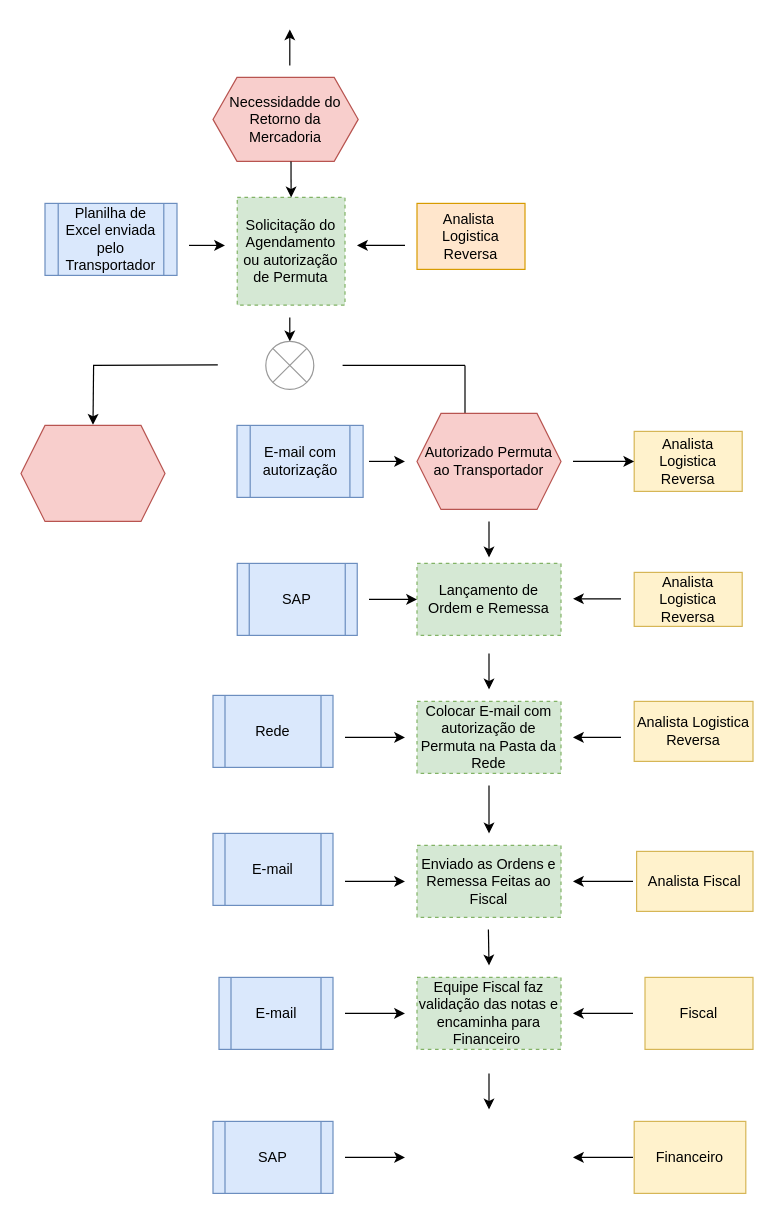
The draw.io diagram Untitled Diagram.drawio in Camila1445/205154, before the edit. Source tidied: cells renumbered, new cells numbered last; positions are measured from the earlier drawing's top-left corner, leaving out a move shared by most shapes. Both pictures are drawn from the tidied source at 120%, with x=0, y=0 at pixel (20, 29).
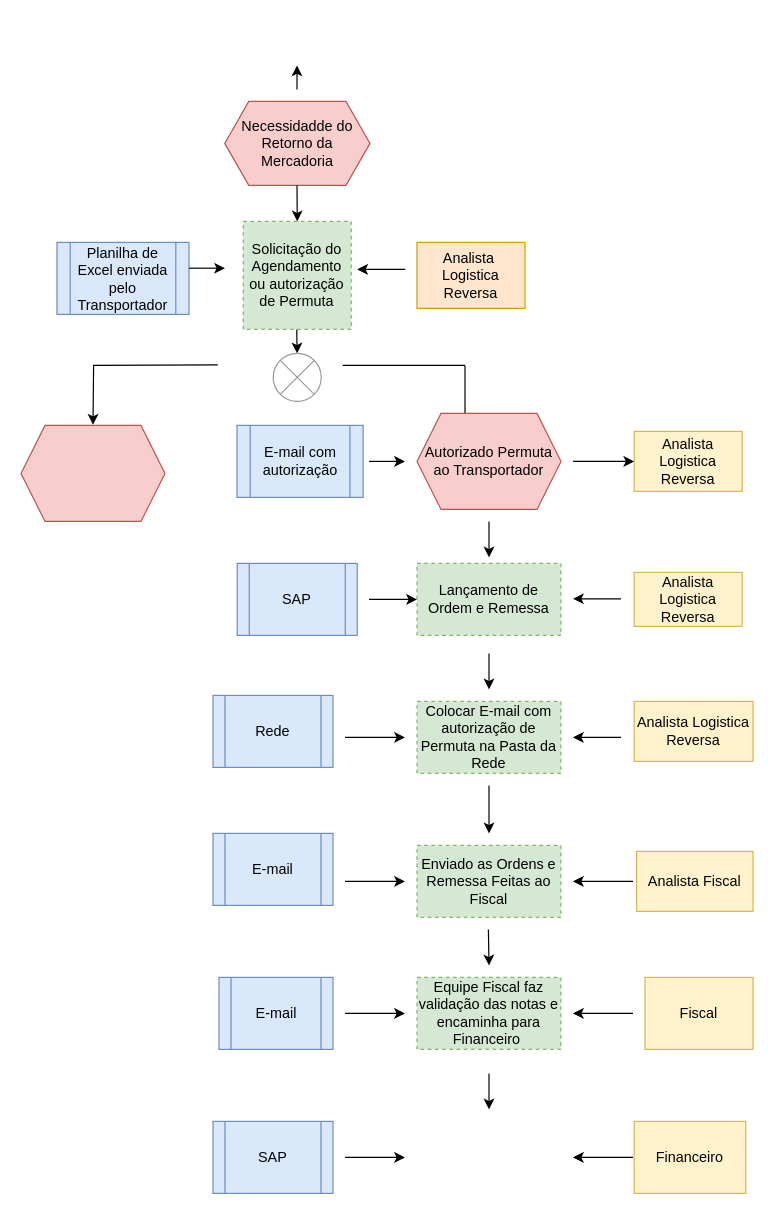
After the change.

The edit, as a diff of the source:
```diff
@@
     <mxCell id="2" value="Analista&amp;nbsp; Logistica Reversa" style="rounded=0;whiteSpace=wrap;html=1;fillColor=#ffe6cc;strokeColor=#d79b00;" parent="1" vertex="1">
-      <mxGeometry x="330" y="145" width="90" height="55" as="geometry" />
+      <mxGeometry x="330" y="177.5" width="90" height="55" as="geometry" />
     </mxCell>
     <mxCell id="3" value="Planilha de Excel enviada pelo Transportador" style="shape=process;whiteSpace=wrap;html=1;backgroundOutline=1;fillColor=#dae8fc;strokeColor=#6c8ebf;" parent="1" vertex="1">
-      <mxGeometry x="20" y="145" width="110" height="60" as="geometry" />
+      <mxGeometry x="30" y="177.5" width="110" height="60" as="geometry" />
     </mxCell>
     <mxCell id="4" value="Necessidadde do Retorno da Mercadoria" style="shape=hexagon;perimeter=hexagonPerimeter2;whiteSpace=wrap;html=1;fixedSize=1;fillColor=#f8cecc;strokeColor=#b85450;" parent="1" vertex="1">
-      <mxGeometry x="160" y="40" width="121" height="70" as="geometry" />
+      <mxGeometry x="169.8" y="60" width="121" height="70" as="geometry" />
     </mxCell>
     <mxCell id="5" value="Solicitação do Agendamento ou autorização de Permuta" style="whiteSpace=wrap;html=1;dashed=1;fillColor=#d5e8d4;strokeColor=#82b366;" parent="1" vertex="1">
-      <mxGeometry x="180.2" y="140" width="89.8" height="89.8" as="geometry" />
+      <mxGeometry x="185.2" y="160" width="90" height="90" as="geometry" />
     </mxCell>
     <mxCell id="6" style="endArrow=classic;html=1;rounded=0;" parent="1" edge="1">
       <mxGeometry relative="1" as="geometry">
-        <mxPoint x="140" y="180" as="sourcePoint" />
-        <mxPoint x="170" y="180" as="targetPoint" />
+        <mxPoint x="140" y="199" as="sourcePoint" />
+        <mxPoint x="170" y="199" as="targetPoint" />
       </mxGeometry>
     </mxCell>
     <mxCell id="7" style="endArrow=classic;html=1;rounded=0;" parent="1" edge="1">
       <mxGeometry relative="1" as="geometry">
-        <mxPoint x="320" y="180" as="sourcePoint" />
-        <mxPoint x="280" y="180" as="targetPoint" />
+        <mxPoint x="320.2" y="200" as="sourcePoint" />
+        <mxPoint x="280.2" y="200" as="targetPoint" />
       </mxGeometry>
     </mxCell>
     <mxCell id="8" style="endArrow=classic;html=1;rounded=0;entryX=0.5;entryY=0;entryDx=0;entryDy=0;" parent="1" edge="1" target="5">
       <mxGeometry relative="1" as="geometry">
-        <mxPoint x="225" y="110" as="sourcePoint" />
+        <mxPoint x="230" y="130" as="sourcePoint" />
       </mxGeometry>
     </mxCell>
     <mxCell id="9" style="endArrow=classic;html=1;rounded=0;" parent="1" edge="1">
       <mxGeometry relative="1" as="geometry">
-        <mxPoint x="224" y="240" as="sourcePoint" />
-        <mxPoint x="224" y="260" as="targetPoint" />
+        <mxPoint x="229.8" y="250" as="sourcePoint" />
+        <mxPoint x="229.8" y="270" as="targetPoint" />
+        <Array as="points">
+          <mxPoint x="230.1" y="270" />
+        </Array>
       </mxGeometry>
     </mxCell>
     <mxCell id="10" style="shape=sumEllipse;perimeter=ellipsePerimeter;whiteSpace=wrap;html=1;backgroundOutline=1;strokeColor=#999999;" parent="1" vertex="1">
-      <mxGeometry x="204" y="260" width="40" height="40" as="geometry" />
+      <mxGeometry x="210.2" y="270" width="40" height="40" as="geometry" />
     </mxCell>
@@
-    <mxCell id="50" style="endArrow=classic;html=1;rounded=0;" parent="1" edge="1">
-      <mxGeometry relative="1" as="geometry">
-        <mxPoint x="224" y="30" as="sourcePoint" />
-        <mxPoint x="224" as="targetPoint" />
-      </mxGeometry>
-    </mxCell>
+    <mxCell id="51" style="endArrow=classic;html=1;rounded=0;" parent="1" edge="1">
+      <mxGeometry relative="1" as="geometry">
+        <mxPoint x="230" y="50" as="sourcePoint" />
+        <mxPoint x="230" y="30" as="targetPoint" />
+      </mxGeometry>
+    </mxCell>
```
